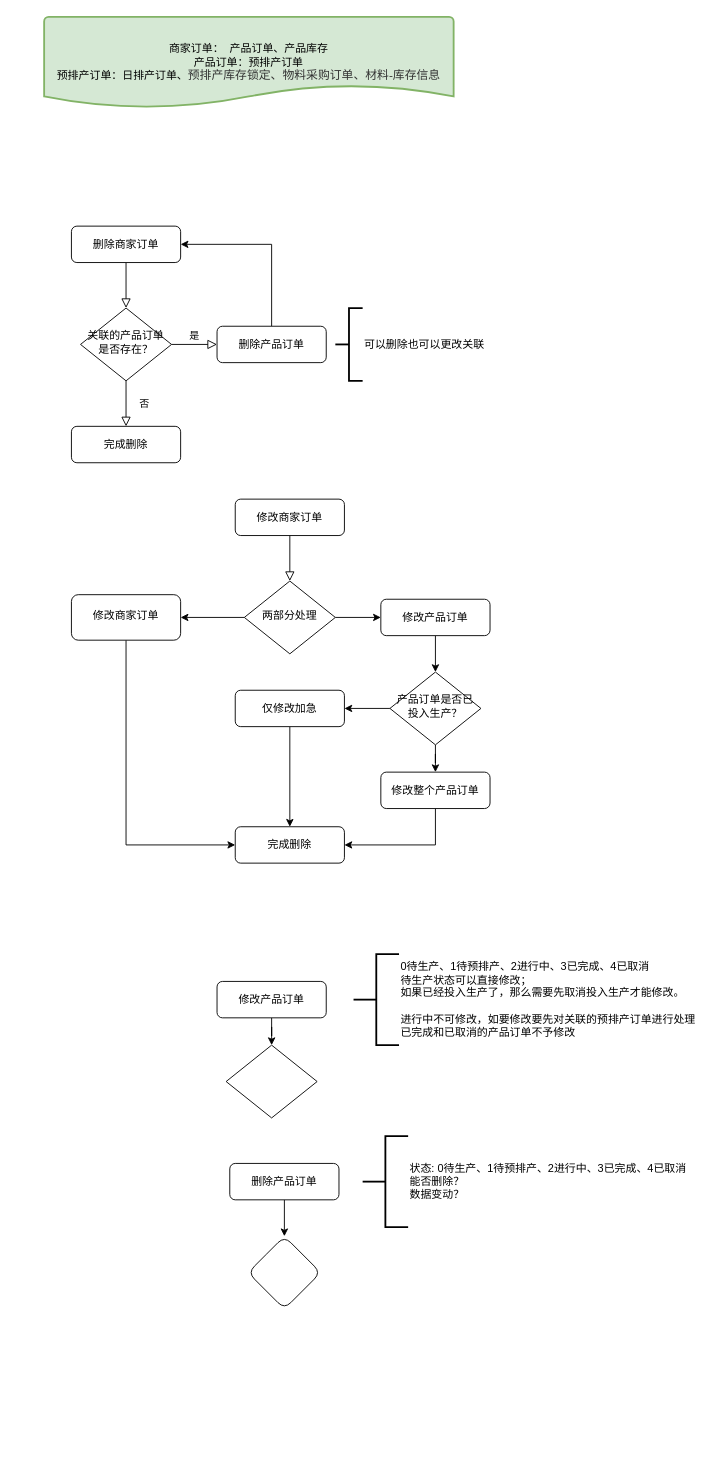
Before: img/流程图.drawio in OldQi/first_rpo, a draw.io diagram. Source tidied: cells renumbered, new cells numbered last; positions are measured from the earlier drawing's top-left corner, leaving out a move shared by most shapes. Both pictures are drawn from the tidied source at 91%, with x=0, y=0 at pixel (44, 16).
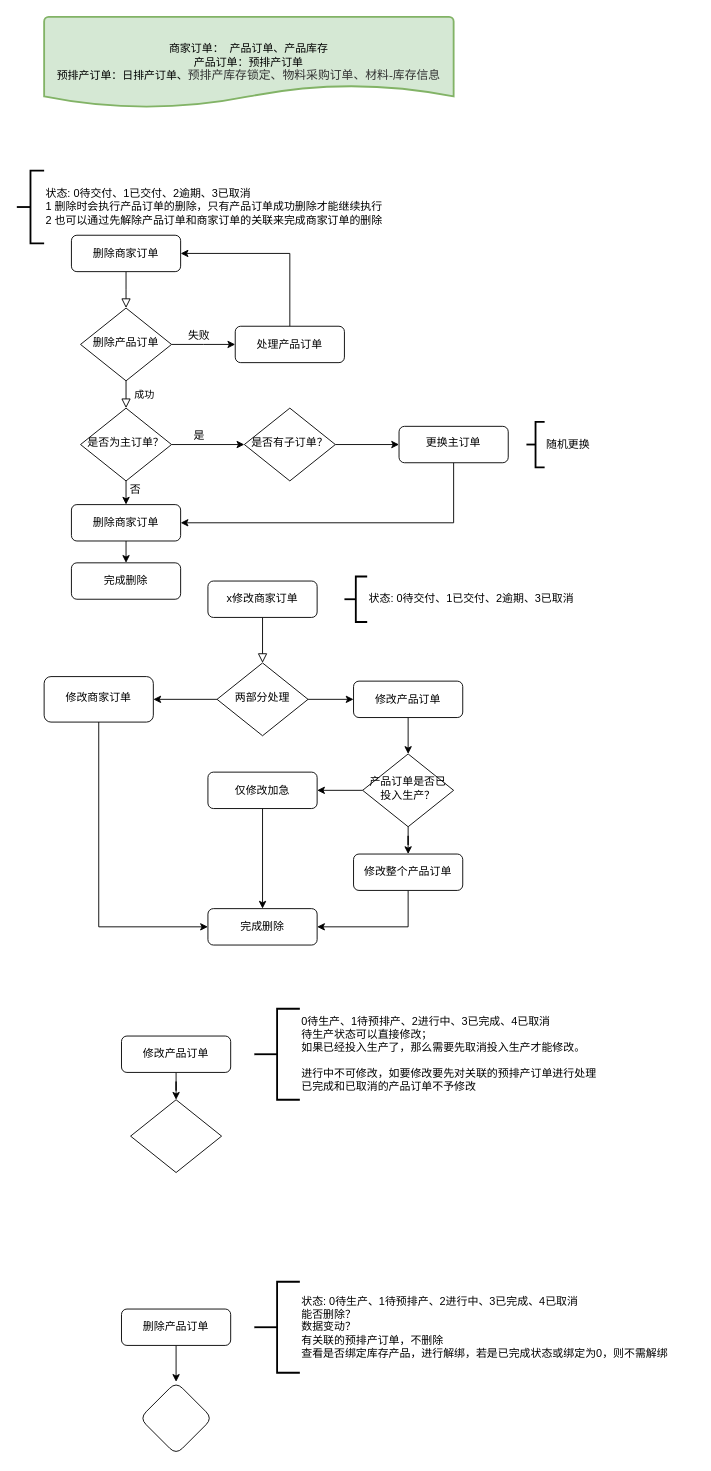
After the change.

Commit message:
更新流程图.drawio

What changed in the source:
```diff
@@
-    <mxCell id="2" style="rounded=0;html=1;jettySize=auto;fontSize=11;endArrow=block;endFill=0;endSize=8;strokeWidth=1;shadow=0;labelBackgroundColor=none;edgeStyle=orthogonalEdgeStyle;" parent="1" edge="1" source="3" target="6">
-      <mxGeometry relative="1" as="geometry" />
+    <mxCell id="2" style="rounded=0;html=1;jettySize=auto;fontSize=11;endArrow=block;endFill=0;endSize=8;strokeWidth=1;shadow=0;labelBackgroundColor=none;edgeStyle=orthogonalEdgeStyle;" parent="1" edge="1" source="3">
+      <mxGeometry relative="1" as="geometry">
+        <mxPoint x="90" y="320" as="targetPoint" />
+      </mxGeometry>
     </mxCell>
     <mxCell id="3" value="删除商家订单" style="rounded=1;whiteSpace=wrap;html=1;fontSize=12;glass=0;strokeWidth=1;shadow=0;" parent="1" vertex="1">
-      <mxGeometry x="30" y="230" width="120" height="40" as="geometry" />
+      <mxGeometry x="30" y="240" width="120" height="40" as="geometry" />
     </mxCell>
-    <mxCell id="4" value="否" style="rounded=0;html=1;jettySize=auto;fontSize=11;endArrow=block;endFill=0;endSize=8;strokeWidth=1;shadow=0;labelBackgroundColor=none;edgeStyle=orthogonalEdgeStyle;entryX=0.5;entryY=0;entryDx=0;entryDy=0;" parent="1" edge="1" source="6" target="9">
-      <mxGeometry y="20" relative="1" as="geometry" />
+    <mxCell id="4" value="成功" style="rounded=0;html=1;jettySize=auto;fontSize=11;endArrow=block;endFill=0;endSize=8;strokeWidth=1;shadow=0;labelBackgroundColor=none;edgeStyle=orthogonalEdgeStyle;exitX=0.5;exitY=1;exitDx=0;exitDy=0;" parent="1" edge="1" source="8">
+      <mxGeometry y="20" relative="1" as="geometry">
+        <mxPoint x="90" y="430" as="targetPoint" />
+      </mxGeometry>
     </mxCell>
-    <mxCell id="5" value="是" style="edgeStyle=orthogonalEdgeStyle;rounded=0;html=1;jettySize=auto;fontSize=11;endArrow=block;endFill=0;endSize=8;strokeWidth=1;shadow=0;labelBackgroundColor=none;" parent="1" edge="1" source="6" target="8">
-      <mxGeometry y="10" relative="1" as="geometry" />
-    </mxCell>
-    <mxCell id="6" value="关联的产品订单是否存在？" style="rhombus;whiteSpace=wrap;html=1;shadow=0;fontFamily=Helvetica;fontSize=12;align=center;strokeWidth=1;spacing=6;spacingTop=-4;" parent="1" vertex="1">
-      <mxGeometry x="40" y="320" width="100" height="80" as="geometry" />
-    </mxCell>
-    <mxCell id="7" style="edgeStyle=orthogonalEdgeStyle;rounded=0;jettySize=auto;html=1;entryX=1;entryY=0.5;entryDx=0;entryDy=0;" parent="1" edge="1" source="8" target="3">
-      <mxGeometry relative="1" as="geometry">
-        <Array as="points">
-          <mxPoint x="250" y="250" />
-        </Array>
-      </mxGeometry>
-    </mxCell>
-    <mxCell id="8" value="删除产品订单" style="rounded=1;whiteSpace=wrap;html=1;fontSize=12;glass=0;strokeWidth=1;shadow=0;" parent="1" vertex="1">
-      <mxGeometry x="190" y="340" width="120" height="40" as="geometry" />
-    </mxCell>
+    <mxCell id="37" style="edgeStyle=orthogonalEdgeStyle;rounded=0;jettySize=auto;html=1;exitX=0.5;exitY=1;exitDx=0;exitDy=0;entryX=0.5;entryY=0;entryDx=0;entryDy=0;" parent="1" edge="1" source="9" target="53">
+      <mxGeometry relative="1" as="geometry" />
+    </mxCell>
-    <mxCell id="9" value="完成删除" style="rounded=1;whiteSpace=wrap;html=1;fontSize=12;glass=0;strokeWidth=1;shadow=0;" parent="1" vertex="1">
-      <mxGeometry x="30" y="450" width="120" height="40" as="geometry" />
+    <mxCell id="9" value="删除商家订单" style="rounded=1;whiteSpace=wrap;html=1;fontSize=12;glass=0;strokeWidth=1;shadow=0;" parent="1" vertex="1">
+      <mxGeometry x="30" y="536" width="120" height="40" as="geometry" />
     </mxCell>
@@
-    <mxCell id="11" value="可以删除也可以更改关联" style="strokeWidth=2;html=1;shape=mxgraph.flowchart.annotation_2;align=left;labelPosition=right;" parent="1" vertex="1">
-      <mxGeometry x="320" y="320" width="30" height="80" as="geometry" />
-    </mxCell>
@@
-    <mxCell id="13" value="修改商家订单" style="rounded=1;whiteSpace=wrap;html=1;fontSize=12;glass=0;strokeWidth=1;shadow=0;" parent="1" vertex="1">
-      <mxGeometry x="210" y="530" width="120" height="40" as="geometry" />
+    <mxCell id="13" value="x修改商家订单" style="rounded=1;whiteSpace=wrap;html=1;fontSize=12;glass=0;strokeWidth=1;shadow=0;" parent="1" vertex="1">
+      <mxGeometry x="180" y="620" width="120" height="40" as="geometry" />
     </mxCell>
@@
     <mxCell id="16" value="两部分处理" style="rhombus;whiteSpace=wrap;html=1;shadow=0;fontFamily=Helvetica;fontSize=12;align=center;strokeWidth=1;spacing=6;spacingTop=-4;" parent="1" vertex="1">
-      <mxGeometry x="220" y="620" width="100" height="80" as="geometry" />
+      <mxGeometry x="190" y="710" width="100" height="80" as="geometry" />
     </mxCell>
@@
     <mxCell id="18" value="修改产品订单" style="rounded=1;whiteSpace=wrap;html=1;fontSize=12;glass=0;strokeWidth=1;shadow=0;" parent="1" vertex="1">
-      <mxGeometry x="370" y="640" width="120" height="40" as="geometry" />
+      <mxGeometry x="340" y="730" width="120" height="40" as="geometry" />
     </mxCell>
     <mxCell id="19" value="完成删除" style="rounded=1;whiteSpace=wrap;html=1;fontSize=12;glass=0;strokeWidth=1;shadow=0;" parent="1" vertex="1">
-      <mxGeometry x="210" y="890" width="120" height="40" as="geometry" />
+      <mxGeometry x="180" y="980" width="120" height="40" as="geometry" />
     </mxCell>
     <mxCell id="20" style="edgeStyle=orthogonalEdgeStyle;rounded=0;jettySize=auto;html=1;entryX=0;entryY=0.5;entryDx=0;entryDy=0;" parent="1" edge="1" source="21" target="19">
       <mxGeometry relative="1" as="geometry">
         <Array as="points">
-          <mxPoint x="90" y="910" />
+          <mxPoint x="60" y="1000" />
         </Array>
       </mxGeometry>
     </mxCell>
     <mxCell id="21" value="修改商家订单" style="rounded=1;whiteSpace=wrap;html=1;shadow=0;strokeWidth=1;spacing=6;spacingTop=-4;" parent="1" vertex="1">
-      <mxGeometry x="30" y="635" width="120" height="50" as="geometry" />
+      <mxGeometry y="725" width="120" height="50" as="geometry" />
     </mxCell>
@@
     <mxCell id="24" value="产品订单是否已投入生产？" style="rhombus;whiteSpace=wrap;html=1;shadow=0;fontFamily=Helvetica;fontSize=12;align=center;strokeWidth=1;spacing=6;spacingTop=-4;" parent="1" vertex="1">
-      <mxGeometry x="380" y="720" width="100" height="80" as="geometry" />
+      <mxGeometry x="350" y="810" width="100" height="80" as="geometry" />
     </mxCell>
@@
     <mxCell id="26" value="仅修改加急" style="rounded=1;whiteSpace=wrap;html=1;fontSize=12;glass=0;strokeWidth=1;shadow=0;" parent="1" vertex="1">
-      <mxGeometry x="210" y="740" width="120" height="40" as="geometry" />
+      <mxGeometry x="180" y="830" width="120" height="40" as="geometry" />
     </mxCell>
@@
     <mxCell id="28" value="修改整个产品订单" style="rounded=1;whiteSpace=wrap;html=1;fontSize=12;glass=0;strokeWidth=1;shadow=0;" parent="1" vertex="1">
-      <mxGeometry x="370" y="830" width="120" height="40" as="geometry" />
+      <mxGeometry x="340" y="920" width="120" height="40" as="geometry" />
     </mxCell>
@@
     <mxCell id="30" value="修改产品订单" style="rounded=1;whiteSpace=wrap;html=1;fontSize=12;glass=0;strokeWidth=1;shadow=0;" parent="1" vertex="1">
-      <mxGeometry x="190" y="1060" width="120" height="40" as="geometry" />
+      <mxGeometry x="85" y="1120" width="120" height="40" as="geometry" />
     </mxCell>
     <mxCell id="31" style="rhombus;whiteSpace=wrap;html=1;shadow=0;fontFamily=Helvetica;fontSize=12;align=center;strokeWidth=1;spacing=6;spacingTop=-4;" parent="1" vertex="1">
-      <mxGeometry x="200" y="1130" width="100" height="80" as="geometry" />
+      <mxGeometry x="95" y="1190" width="100" height="80" as="geometry" />
     </mxCell>
     <mxCell id="32" value="0待生产、1待预排产、2进行中、3已完成、4已取消&lt;br&gt;待生产状态可以直接修改；&lt;br&gt;如果已经投入生产了，那么需要先取消投入生产才能修改。&lt;br&gt;&lt;br&gt;进行中不可修改，如要修改要先对关联的预排产订单进行处理&lt;br&gt;已完成和已取消的产品订单不予修改" style="strokeWidth=2;html=1;shape=mxgraph.flowchart.annotation_2;align=left;labelPosition=right;" parent="1" vertex="1">
-      <mxGeometry x="340" y="1030" width="50" height="100" as="geometry" />
+      <mxGeometry x="231" y="1090" width="50" height="100" as="geometry" />
     </mxCell>
@@
     <mxCell id="34" value="删除产品订单" style="rounded=1;whiteSpace=wrap;html=1;fontSize=12;glass=0;strokeWidth=1;shadow=0;" parent="1" vertex="1">
-      <mxGeometry x="204" y="1260" width="120" height="40" as="geometry" />
+      <mxGeometry x="85" y="1420" width="120" height="40" as="geometry" />
     </mxCell>
     <mxCell id="35" style="rhombus;whiteSpace=wrap;html=1;rounded=1;glass=0;strokeWidth=1;shadow=0;" parent="1" vertex="1">
-      <mxGeometry x="224" y="1340" width="80" height="80" as="geometry" />
+      <mxGeometry x="105" y="1500" width="80" height="80" as="geometry" />
     </mxCell>
-    <mxCell id="36" value="状态: 0待生产、1待预排产、2进行中、3已完成、4已取消&lt;br&gt;能否删除？&lt;br&gt;数据变动？" style="strokeWidth=2;html=1;shape=mxgraph.flowchart.annotation_2;align=left;labelPosition=right;" parent="1" vertex="1">
-      <mxGeometry x="350" y="1230" width="50" height="100" as="geometry" />
+    <mxCell id="36" value="状态: 0待生产、1待预排产、2进行中、3已完成、4已取消&lt;br&gt;能否删除？&lt;br&gt;数据变动？&lt;br&gt;有关联的预排产订单，不删除&lt;br&gt;查看是否绑定库存产品，进行解绑，若是已完成状态或绑定为0，则不需解绑" style="strokeWidth=2;html=1;shape=mxgraph.flowchart.annotation_2;align=left;labelPosition=right;" parent="1" vertex="1">
+      <mxGeometry x="231" y="1390" width="50" height="100" as="geometry" />
     </mxCell>
+    <mxCell id="38" value="状态: 0待交付、1已交付、2逾期、3已取消" style="strokeWidth=2;html=1;shape=mxgraph.flowchart.annotation_2;align=left;labelPosition=right;" parent="1" vertex="1">
+      <mxGeometry x="330" y="615" width="25" height="50" as="geometry" />
+    </mxCell>
+    <mxCell id="39" value="状态: 0待交付、1已交付、2逾期、3已取消&lt;br&gt;1 删除时会执行产品订单的删除，只有产品订单成功删除才能继续执行&lt;br&gt;2 也可以通过先解除产品订单和商家订单的关联来完成商家订单的删除" style="strokeWidth=2;html=1;shape=mxgraph.flowchart.annotation_2;align=left;labelPosition=right;" parent="1" vertex="1">
+      <mxGeometry x="-30" y="169" width="30" height="80" as="geometry" />
+    </mxCell>
+    <mxCell id="40" style="edgeStyle=orthogonalEdgeStyle;rounded=0;jettySize=auto;html=1;" parent="1" edge="1" source="8">
+      <mxGeometry relative="1" as="geometry">
+        <mxPoint x="210" y="360" as="targetPoint" />
+      </mxGeometry>
+    </mxCell>
+    <mxCell id="8" value="删除产品订单" style="rhombus;whiteSpace=wrap;html=1;shadow=0;fontFamily=Helvetica;fontSize=12;align=center;strokeWidth=1;spacing=6;spacingTop=-4;" parent="1" vertex="1">
+      <mxGeometry x="40" y="320" width="100" height="80" as="geometry" />
+    </mxCell>
+    <mxCell id="41" value="失败" style="text;html=1;align=center;verticalAlign=middle;strokeColor=none;fillColor=none;" parent="1" vertex="1">
+      <mxGeometry x="150" y="340" width="40" height="20" as="geometry" />
+    </mxCell>
+    <mxCell id="42" style="edgeStyle=orthogonalEdgeStyle;rounded=0;jettySize=auto;html=1;exitX=0.5;exitY=0;exitDx=0;exitDy=0;entryX=1;entryY=0.5;entryDx=0;entryDy=0;" parent="1" edge="1" source="43" target="3">
+      <mxGeometry relative="1" as="geometry" />
+    </mxCell>
+    <mxCell id="43" value="处理产品订单" style="rounded=1;whiteSpace=wrap;html=1;fontSize=12;glass=0;strokeWidth=1;shadow=0;" parent="1" vertex="1">
+      <mxGeometry x="210" y="340" width="120" height="40" as="geometry" />
+    </mxCell>
+    <mxCell id="44" style="edgeStyle=orthogonalEdgeStyle;rounded=0;jettySize=auto;html=1;" parent="1" edge="1" source="46" target="48">
+      <mxGeometry relative="1" as="geometry" />
+    </mxCell>
+    <mxCell id="45" style="edgeStyle=orthogonalEdgeStyle;rounded=0;jettySize=auto;html=1;exitX=0.5;exitY=1;exitDx=0;exitDy=0;entryX=0.5;entryY=0;entryDx=0;entryDy=0;" parent="1" edge="1" source="46" target="9">
+      <mxGeometry relative="1" as="geometry" />
+    </mxCell>
+    <mxCell id="46" value="是否为主订单？" style="rhombus;whiteSpace=wrap;html=1;shadow=0;fontFamily=Helvetica;fontSize=12;align=center;strokeWidth=1;spacing=6;spacingTop=-4;" parent="1" vertex="1">
+      <mxGeometry x="40" y="430" width="100" height="80" as="geometry" />
+    </mxCell>
+    <mxCell id="47" style="edgeStyle=orthogonalEdgeStyle;rounded=0;jettySize=auto;html=1;" parent="1" edge="1" source="48" target="50">
+      <mxGeometry relative="1" as="geometry" />
+    </mxCell>
+    <mxCell id="48" value="是否有子订单？" style="rhombus;whiteSpace=wrap;html=1;shadow=0;fontFamily=Helvetica;fontSize=12;align=center;strokeWidth=1;spacing=6;spacingTop=-4;" parent="1" vertex="1">
+      <mxGeometry x="220" y="430" width="100" height="80" as="geometry" />
+    </mxCell>
+    <mxCell id="49" style="edgeStyle=orthogonalEdgeStyle;rounded=0;jettySize=auto;html=1;exitX=0.5;exitY=1;exitDx=0;exitDy=0;entryX=1;entryY=0.5;entryDx=0;entryDy=0;" parent="1" edge="1" source="50" target="9">
+      <mxGeometry relative="1" as="geometry" />
+    </mxCell>
+    <mxCell id="50" value="更换主订单" style="rounded=1;whiteSpace=wrap;html=1;shadow=0;strokeWidth=1;spacing=6;spacingTop=-4;" parent="1" vertex="1">
+      <mxGeometry x="390" y="450" width="120" height="40" as="geometry" />
+    </mxCell>
+    <mxCell id="5" value="是" style="text;html=1;align=center;verticalAlign=middle;strokeColor=none;fillColor=none;" parent="1" vertex="1">
+      <mxGeometry x="155" y="450" width="30" height="20" as="geometry" />
+    </mxCell>
+    <mxCell id="51" value="否" style="text;html=1;align=center;verticalAlign=middle;strokeColor=none;fillColor=none;" parent="1" vertex="1">
+      <mxGeometry x="85" y="510" width="30" height="20" as="geometry" />
+    </mxCell>
+    <mxCell id="52" value="随机更换" style="strokeWidth=2;html=1;shape=mxgraph.flowchart.annotation_2;align=left;labelPosition=right;" parent="1" vertex="1">
+      <mxGeometry x="530" y="445" width="20" height="50" as="geometry" />
+    </mxCell>
+    <mxCell id="53" value="完成删除" style="rounded=1;whiteSpace=wrap;html=1;fontSize=12;glass=0;strokeWidth=1;shadow=0;" parent="1" vertex="1">
+      <mxGeometry x="30" y="600" width="120" height="40" as="geometry" />
+    </mxCell>
```
